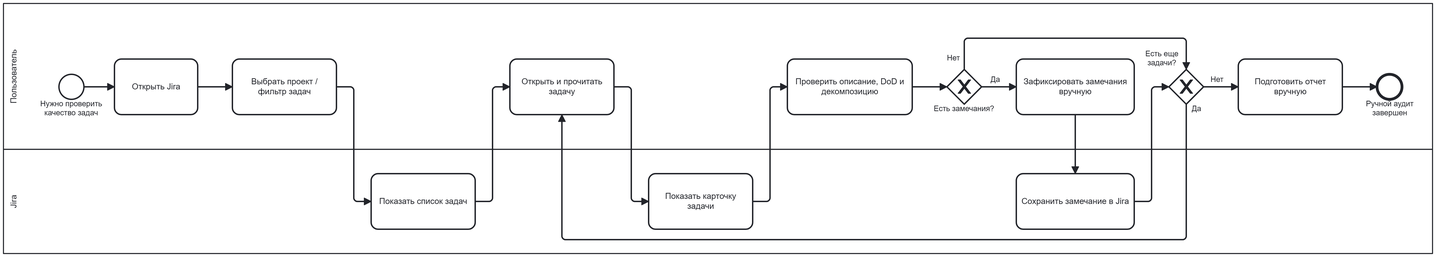
Earlier version of the BPMN export docs/resources/BPMN/AS_IS.png (vladuslavivanov/jira_analyzer). Its source is kept beside it as docs/resources/BPMN/AS_IS.bpmn. Ids are renumbered.
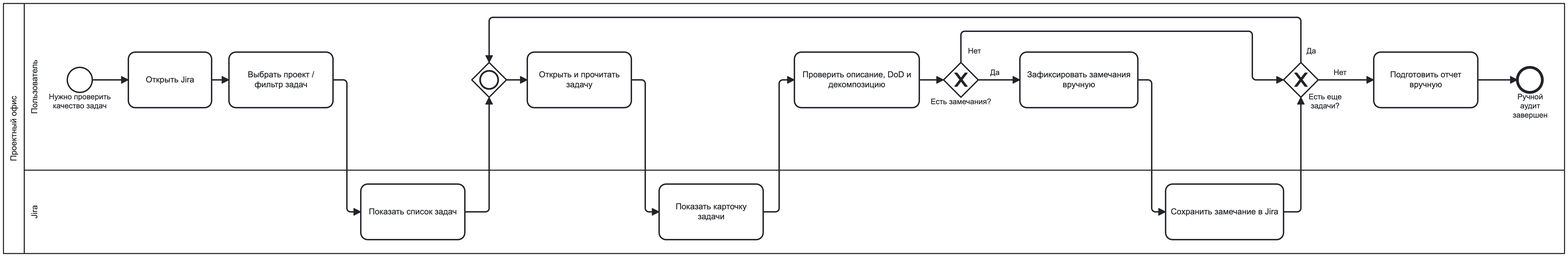
Later version of the same file.

Commit message:
Enhance AS-IS BPMN diagram

What changed in the source:
```diff
@@ -1,22 +1,26 @@
-<bpmn:definitions xmlns:bpmn="http://www.omg.org/spec/BPMN/20100524/MODEL" xmlns:bpmndi="http://www.omg.org/spec/BPMN/20100524/DI" xmlns:dc="http://www.omg.org/spec/DD/20100524/DC" xmlns:di="http://www.omg.org/spec/DD/20100524/DI" xmlns:modeler="http://camunda.org/schema/modeler/1.0" id="Definitions_AsIs_JiraAudit" targetNamespace="http://bpmn.io/schema/bpmn" exporter="Camunda Modeler" exporterVersion="5.47.0" modeler:executionPlatform="Camunda Cloud" modeler:executionPlatformVersion="8.9.0">
+<bpmn:definitions xmlns:bpmn="http://www.omg.org/spec/BPMN/20100524/MODEL" xmlns:bpmndi="http://www.omg.org/spec/BPMN/20100524/DI" xmlns:dc="http://www.omg.org/spec/DD/20100524/DC" xmlns:di="http://www.omg.org/spec/DD/20100524/DI" xmlns:modeler="http://camunda.org/schema/modeler/1.0" id="Definitions_AsIs_JiraAudit" targetNamespace="http://bpmn.io/schema/bpmn" exporter="Camunda Modeler" exporterVersion="5.48.0" modeler:executionPlatform="Camunda Cloud" modeler:executionPlatformVersion="8.9.0">
+  <bpmn:collaboration id="Collaboration_n1">
+    <bpmn:participant id="Participant_n2" name="Проектный офис" processRef="Process_AsIs_ManualJiraAudit" />
+  </bpmn:collaboration>
   <bpmn:process id="Process_AsIs_ManualJiraAudit" name="AS-IS: Ручной аудит задач в Jira" isExecutable="true">
     <bpmn:laneSet id="LaneSet_1">
-      <bpmn:lane id="Lane_Jira" name="Jira">
+      <bpmn:lane id="Lane_n3" name="Пользователь">
+        <bpmn:flowNodeRef>StartEvent_1</bpmn:flowNodeRef>
+        <bpmn:flowNodeRef>Task_OpenJira</bpmn:flowNodeRef>
+        <bpmn:flowNodeRef>Task_SetFilter</bpmn:flowNodeRef>
+        <bpmn:flowNodeRef>Gateway_n4</bpmn:flowNodeRef>
+        <bpmn:flowNodeRef>Task_ReadIssue</bpmn:flowNodeRef>
+        <bpmn:flowNodeRef>Gateway_MoreIssues</bpmn:flowNodeRef>
+        <bpmn:flowNodeRef>Task_PrepareReport</bpmn:flowNodeRef>
+        <bpmn:flowNodeRef>EndEvent_1</bpmn:flowNodeRef>
+        <bpmn:flowNodeRef>Task_CheckQuality</bpmn:flowNodeRef>
+        <bpmn:flowNodeRef>Gateway_HasProblems</bpmn:flowNodeRef>
+        <bpmn:flowNodeRef>Task_WriteComments</bpmn:flowNodeRef>
+      </bpmn:lane>
+      <bpmn:lane id="Lane_n5" name="Jira">
         <bpmn:flowNodeRef>Task_ShowIssueList</bpmn:flowNodeRef>
         <bpmn:flowNodeRef>Task_ShowIssueCard</bpmn:flowNodeRef>
         <bpmn:flowNodeRef>Task_SaveComment</bpmn:flowNodeRef>
-      </bpmn:lane>
-      <bpmn:lane id="Lane_User" name="Пользователь">
-        <bpmn:flowNodeRef>Task_OpenJira</bpmn:flowNodeRef>
-        <bpmn:flowNodeRef>Task_SetFilter</bpmn:flowNodeRef>
-        <bpmn:flowNodeRef>Task_ReadIssue</bpmn:flowNodeRef>
-        <bpmn:flowNodeRef>Task_CheckQuality</bpmn:flowNodeRef>
-        <bpmn:flowNodeRef>Task_PrepareReport</bpmn:flowNodeRef>
-        <bpmn:flowNodeRef>Task_WriteComments</bpmn:flowNodeRef>
-        <bpmn:flowNodeRef>StartEvent_1</bpmn:flowNodeRef>
-        <bpmn:flowNodeRef>Gateway_HasProblems</bpmn:flowNodeRef>
-        <bpmn:flowNodeRef>EndEvent_1</bpmn:flowNodeRef>
-        <bpmn:flowNodeRef>Gateway_MoreIssues</bpmn:flowNodeRef>
       </bpmn:lane>
     </bpmn:laneSet>
     <bpmn:startEvent id="StartEvent_1" name="Нужно проверить качество задач">
@@ -30,14 +34,31 @@
       <bpmn:incoming>Flow_2</bpmn:incoming>
       <bpmn:outgoing>Flow_3</bpmn:outgoing>
     </bpmn:task>
+    <bpmn:inclusiveGateway id="Gateway_n4">
+      <bpmn:incoming>Flow_4</bpmn:incoming>
+      <bpmn:incoming>Flow_11</bpmn:incoming>
+      <bpmn:outgoing>Flow_n6</bpmn:outgoing>
+    </bpmn:inclusiveGateway>
+    <bpmn:task id="Task_ReadIssue" name="Открыть и прочитать задачу">
+      <bpmn:incoming>Flow_n6</bpmn:incoming>
+      <bpmn:outgoing>Flow_5</bpmn:outgoing>
+    </bpmn:task>
+    <bpmn:exclusiveGateway id="Gateway_MoreIssues" name="Есть еще задачи?">
+      <bpmn:incoming>Flow_10</bpmn:incoming>
+      <bpmn:incoming>Flow_8_No</bpmn:incoming>
+      <bpmn:outgoing>Flow_12</bpmn:outgoing>
+      <bpmn:outgoing>Flow_11</bpmn:outgoing>
+    </bpmn:exclusiveGateway>
+    <bpmn:task id="Task_PrepareReport" name="Подготовить отчет вручную">
+      <bpmn:incoming>Flow_12</bpmn:incoming>
+      <bpmn:outgoing>Flow_13</bpmn:outgoing>
+    </bpmn:task>
+    <bpmn:endEvent id="EndEvent_1" name="Ручной аудит завершен">
+      <bpmn:incoming>Flow_13</bpmn:incoming>
+    </bpmn:endEvent>
     <bpmn:task id="Task_ShowIssueList" name="Показать список задач">
       <bpmn:incoming>Flow_3</bpmn:incoming>
       <bpmn:outgoing>Flow_4</bpmn:outgoing>
-    </bpmn:task>
-    <bpmn:task id="Task_ReadIssue" name="Открыть и прочитать задачу">
-      <bpmn:incoming>Flow_4</bpmn:incoming>
-      <bpmn:incoming>Flow_11</bpmn:incoming>
-      <bpmn:outgoing>Flow_5</bpmn:outgoing>
     </bpmn:task>
     <bpmn:task id="Task_ShowIssueCard" name="Показать карточку задачи">
       <bpmn:incoming>Flow_5</bpmn:incoming>
@@ -49,8 +70,8 @@
     </bpmn:task>
     <bpmn:exclusiveGateway id="Gateway_HasProblems" name="Есть замечания?">
       <bpmn:incoming>Flow_7</bpmn:incoming>
+      <bpmn:outgoing>Flow_8_No</bpmn:outgoing>
       <bpmn:outgoing>Flow_8_Yes</bpmn:outgoing>
-      <bpmn:outgoing>Flow_8_No</bpmn:outgoing>
     </bpmn:exclusiveGateway>
     <bpmn:task id="Task_WriteComments" name="Зафиксировать замечания вручную">
       <bpmn:incoming>Flow_8_Yes</bpmn:incoming>
@@ -60,174 +81,177 @@
       <bpmn:incoming>Flow_9</bpmn:incoming>
       <bpmn:outgoing>Flow_10</bpmn:outgoing>
     </bpmn:task>
-    <bpmn:exclusiveGateway id="Gateway_MoreIssues" name="Есть еще задачи?">
-      <bpmn:incoming>Flow_8_No</bpmn:incoming>
-      <bpmn:incoming>Flow_10</bpmn:incoming>
-      <bpmn:outgoing>Flow_11</bpmn:outgoing>
-      <bpmn:outgoing>Flow_12</bpmn:outgoing>
-    </bpmn:exclusiveGateway>
-    <bpmn:task id="Task_PrepareReport" name="Подготовить отчет вручную">
-      <bpmn:incoming>Flow_12</bpmn:incoming>
-      <bpmn:outgoing>Flow_13</bpmn:outgoing>
-    </bpmn:task>
-    <bpmn:endEvent id="EndEvent_1" name="Ручной аудит завершен">
-      <bpmn:incoming>Flow_13</bpmn:incoming>
-    </bpmn:endEvent>
     <bpmn:sequenceFlow id="Flow_1" sourceRef="StartEvent_1" targetRef="Task_OpenJira" />
     <bpmn:sequenceFlow id="Flow_2" sourceRef="Task_OpenJira" targetRef="Task_SetFilter" />
     <bpmn:sequenceFlow id="Flow_3" sourceRef="Task_SetFilter" targetRef="Task_ShowIssueList" />
-    <bpmn:sequenceFlow id="Flow_4" sourceRef="Task_ShowIssueList" targetRef="Task_ReadIssue" />
+    <bpmn:sequenceFlow id="Flow_4" sourceRef="Task_ShowIssueList" targetRef="Gateway_n4" />
+    <bpmn:sequenceFlow id="Flow_11" name="Да" sourceRef="Gateway_MoreIssues" targetRef="Gateway_n4" />
+    <bpmn:sequenceFlow id="Flow_n6" sourceRef="Gateway_n4" targetRef="Task_ReadIssue" />
     <bpmn:sequenceFlow id="Flow_5" sourceRef="Task_ReadIssue" targetRef="Task_ShowIssueCard" />
+    <bpmn:sequenceFlow id="Flow_10" sourceRef="Task_SaveComment" targetRef="Gateway_MoreIssues" />
+    <bpmn:sequenceFlow id="Flow_8_No" name="Нет" sourceRef="Gateway_HasProblems" targetRef="Gateway_MoreIssues" />
+    <bpmn:sequenceFlow id="Flow_12" name="Нет" sourceRef="Gateway_MoreIssues" targetRef="Task_PrepareReport" />
+    <bpmn:sequenceFlow id="Flow_13" sourceRef="Task_PrepareReport" targetRef="EndEvent_1" />
     <bpmn:sequenceFlow id="Flow_6" sourceRef="Task_ShowIssueCard" targetRef="Task_CheckQuality" />
     <bpmn:sequenceFlow id="Flow_7" sourceRef="Task_CheckQuality" targetRef="Gateway_HasProblems" />
     <bpmn:sequenceFlow id="Flow_8_Yes" name="Да" sourceRef="Gateway_HasProblems" targetRef="Task_WriteComments" />
-    <bpmn:sequenceFlow id="Flow_8_No" name="Нет" sourceRef="Gateway_HasProblems" targetRef="Gateway_MoreIssues" />
     <bpmn:sequenceFlow id="Flow_9" sourceRef="Task_WriteComments" targetRef="Task_SaveComment" />
-    <bpmn:sequenceFlow id="Flow_10" sourceRef="Task_SaveComment" targetRef="Gateway_MoreIssues" />
-    <bpmn:sequenceFlow id="Flow_11" name="Да" sourceRef="Gateway_MoreIssues" targetRef="Task_ReadIssue" />
-    <bpmn:sequenceFlow id="Flow_12" name="Нет" sourceRef="Gateway_MoreIssues" targetRef="Task_PrepareReport" />
-    <bpmn:sequenceFlow id="Flow_13" sourceRef="Task_PrepareReport" targetRef="EndEvent_1" />
   </bpmn:process>
   <bpmndi:BPMNDiagram id="BPMNDiagram_1">
-    <bpmndi:BPMNPlane id="BPMNPlane_1" bpmnElement="Process_AsIs_ManualJiraAudit">
-      <bpmndi:BPMNShape id="Lane_Jira_di" bpmnElement="Lane_Jira" isHorizontal="true">
-        <dc:Bounds x="130" y="290" width="2060" height="150" />
+    <bpmndi:BPMNPlane id="BPMNPlane_1" bpmnElement="Collaboration_n1">
+      <bpmndi:BPMNShape id="Participant_n2_di" bpmnElement="Participant_n2" isHorizontal="true">
+        <dc:Bounds x="160" y="80" width="2250" height="360" />
+        <bpmndi:BPMNLabel />
       </bpmndi:BPMNShape>
-      <bpmndi:BPMNShape id="Lane_User_di" bpmnElement="Lane_User" isHorizontal="true">
-        <dc:Bounds x="130" y="80" width="2060" height="210" />
+      <bpmndi:BPMNShape id="Lane_n3_di" bpmnElement="Lane_n3" isHorizontal="true">
+        <dc:Bounds x="190" y="80" width="2220" height="240" />
+        <bpmndi:BPMNLabel />
+      </bpmndi:BPMNShape>
+      <bpmndi:BPMNShape id="Lane_n5_di" bpmnElement="Lane_n5" isHorizontal="true">
+        <dc:Bounds x="190" y="320" width="2220" height="120" />
+        <bpmndi:BPMNLabel />
       </bpmndi:BPMNShape>
       <bpmndi:BPMNShape id="StartEvent_1_di" bpmnElement="StartEvent_1">
-        <dc:Bounds x="210" y="182" width="36" height="36" />
+        <dc:Bounds x="252" y="172" width="36" height="36" />
         <bpmndi:BPMNLabel>
-          <dc:Bounds x="183" y="218" width="90" height="27" />
+          <dc:Bounds x="225" y="208" width="90" height="27" />
         </bpmndi:BPMNLabel>
       </bpmndi:BPMNShape>
       <bpmndi:BPMNShape id="Task_OpenJira_di" bpmnElement="Task_OpenJira">
-        <dc:Bounds x="290" y="160" width="120" height="80" />
+        <dc:Bounds x="340" y="150" width="120" height="80" />
       </bpmndi:BPMNShape>
       <bpmndi:BPMNShape id="Task_SetFilter_di" bpmnElement="Task_SetFilter">
-        <dc:Bounds x="460" y="160" width="150" height="80" />
+        <dc:Bounds x="485" y="150" width="150" height="80" />
       </bpmndi:BPMNShape>
-      <bpmndi:BPMNShape id="Task_ShowIssueList_di" bpmnElement="Task_ShowIssueList">
-        <dc:Bounds x="660" y="325" width="150" height="80" />
+      <bpmndi:BPMNShape id="Gateway_1n3pvmi_di" bpmnElement="Gateway_n4">
+        <dc:Bounds x="835" y="165" width="50" height="50" />
       </bpmndi:BPMNShape>
       <bpmndi:BPMNShape id="Task_ReadIssue_di" bpmnElement="Task_ReadIssue">
-        <dc:Bounds x="860" y="160" width="150" height="80" />
-      </bpmndi:BPMNShape>
-      <bpmndi:BPMNShape id="Task_ShowIssueCard_di" bpmnElement="Task_ShowIssueCard">
-        <dc:Bounds x="1060" y="325" width="150" height="80" />
-      </bpmndi:BPMNShape>
-      <bpmndi:BPMNShape id="Task_CheckQuality_di" bpmnElement="Task_CheckQuality">
-        <dc:Bounds x="1260" y="160" width="180" height="80" />
-      </bpmndi:BPMNShape>
-      <bpmndi:BPMNShape id="Gateway_HasProblems_di" bpmnElement="Gateway_HasProblems" isMarkerVisible="true">
-        <dc:Bounds x="1490" y="175" width="50" height="50" />
-        <bpmndi:BPMNLabel>
-          <dc:Bounds x="1471" y="225" width="88" height="14" />
-        </bpmndi:BPMNLabel>
-      </bpmndi:BPMNShape>
-      <bpmndi:BPMNShape id="Task_SaveComment_di" bpmnElement="Task_SaveComment">
-        <dc:Bounds x="1590" y="325" width="170" height="80" />
+        <dc:Bounds x="915" y="150" width="150" height="80" />
       </bpmndi:BPMNShape>
       <bpmndi:BPMNShape id="Gateway_MoreIssues_di" bpmnElement="Gateway_MoreIssues" isMarkerVisible="true">
-        <dc:Bounds x="1810" y="175" width="50" height="50" />
+        <dc:Bounds x="2005" y="165" width="50" height="50" />
         <bpmndi:BPMNLabel>
-          <dc:Bounds x="1776" y="145.5" width="48" height="27" />
+          <dc:Bounds x="2041" y="208" width="48" height="27" />
         </bpmndi:BPMNLabel>
       </bpmndi:BPMNShape>
       <bpmndi:BPMNShape id="Task_PrepareReport_di" bpmnElement="Task_PrepareReport">
-        <dc:Bounds x="1910" y="160" width="150" height="80" />
+        <dc:Bounds x="2135" y="150" width="150" height="80" />
       </bpmndi:BPMNShape>
       <bpmndi:BPMNShape id="EndEvent_1_di" bpmnElement="EndEvent_1">
-        <dc:Bounds x="2110" y="182" width="36" height="36" />
+        <dc:Bounds x="2342" y="172" width="36" height="36" />
         <bpmndi:BPMNLabel>
-          <dc:Bounds x="2094" y="218" width="69" height="27" />
+          <dc:Bounds x="2326" y="208" width="69" height="40" />
+        </bpmndi:BPMNLabel>
+      </bpmndi:BPMNShape>
+      <bpmndi:BPMNShape id="Task_ShowIssueList_di" bpmnElement="Task_ShowIssueList">
+        <dc:Bounds x="675" y="340" width="150" height="80" />
+      </bpmndi:BPMNShape>
+      <bpmndi:BPMNShape id="Task_ShowIssueCard_di" bpmnElement="Task_ShowIssueCard">
+        <dc:Bounds x="1105" y="340" width="150" height="80" />
+      </bpmndi:BPMNShape>
+      <bpmndi:BPMNShape id="Task_CheckQuality_di" bpmnElement="Task_CheckQuality">
+        <dc:Bounds x="1300" y="150" width="180" height="80" />
+      </bpmndi:BPMNShape>
+      <bpmndi:BPMNShape id="Gateway_HasProblems_di" bpmnElement="Gateway_HasProblems" isMarkerVisible="true">
+        <dc:Bounds x="1515" y="165" width="50" height="50" />
+        <bpmndi:BPMNLabel>
+          <dc:Bounds x="1496" y="215" width="88" height="14" />
         </bpmndi:BPMNLabel>
       </bpmndi:BPMNShape>
       <bpmndi:BPMNShape id="Task_WriteComments_di" bpmnElement="Task_WriteComments">
-        <dc:Bounds x="1590" y="160" width="170" height="80" />
+        <dc:Bounds x="1625" y="150" width="170" height="80" />
+        <bpmndi:BPMNLabel />
+      </bpmndi:BPMNShape>
+      <bpmndi:BPMNShape id="Task_SaveComment_di" bpmnElement="Task_SaveComment">
+        <dc:Bounds x="1835" y="340" width="170" height="80" />
       </bpmndi:BPMNShape>
       <bpmndi:BPMNEdge id="Flow_1_di" bpmnElement="Flow_1">
-        <di:waypoint x="246" y="200" />
-        <di:waypoint x="290" y="200" />
+        <di:waypoint x="288" y="190" />
+        <di:waypoint x="340" y="190" />
       </bpmndi:BPMNEdge>
       <bpmndi:BPMNEdge id="Flow_2_di" bpmnElement="Flow_2">
-        <di:waypoint x="410" y="200" />
-        <di:waypoint x="460" y="200" />
+        <di:waypoint x="460" y="190" />
+        <di:waypoint x="485" y="190" />
       </bpmndi:BPMNEdge>
       <bpmndi:BPMNEdge id="Flow_3_di" bpmnElement="Flow_3">
-        <di:waypoint x="610" y="200" />
-        <di:waypoint x="635" y="200" />
-        <di:waypoint x="635" y="365" />
-        <di:waypoint x="660" y="365" />
+        <di:waypoint x="635" y="190" />
+        <di:waypoint x="655" y="190" />
+        <di:waypoint x="655" y="380" />
+        <di:waypoint x="675" y="380" />
       </bpmndi:BPMNEdge>
       <bpmndi:BPMNEdge id="Flow_4_di" bpmnElement="Flow_4">
-        <di:waypoint x="810" y="365" />
-        <di:waypoint x="835" y="365" />
-        <di:waypoint x="835" y="200" />
-        <di:waypoint x="860" y="200" />
+        <di:waypoint x="825" y="380" />
+        <di:waypoint x="860" y="380" />
+        <di:waypoint x="860" y="215" />
       </bpmndi:BPMNEdge>
       <bpmndi:BPMNEdge id="Flow_11_di" bpmnElement="Flow_11">
-        <di:waypoint x="1835" y="225" />
-        <di:waypoint x="1835" y="420" />
-        <di:waypoint x="935" y="420" />
-        <di:waypoint x="935" y="240" />
+        <di:waypoint x="2030" y="165" />
+        <di:waypoint x="2030" y="100" />
+        <di:waypoint x="860" y="100" />
+        <di:waypoint x="860" y="165" />
         <bpmndi:BPMNLabel>
-          <dc:Bounds x="1843" y="225" width="14" height="14" />
+          <dc:Bounds x="2038" y="142" width="14" height="14" />
         </bpmndi:BPMNLabel>
       </bpmndi:BPMNEdge>
       <bpmndi:BPMNEdge id="Flow_5_di" bpmnElement="Flow_5">
-        <di:waypoint x="1010" y="200" />
-        <di:waypoint x="1035" y="200" />
-        <di:waypoint x="1035" y="365" />
-        <di:waypoint x="1060" y="365" />
+        <di:waypoint x="1065" y="190" />
+        <di:waypoint x="1085" y="190" />
+        <di:waypoint x="1085" y="380" />
+        <di:waypoint x="1105" y="380" />
       </bpmndi:BPMNEdge>
       <bpmndi:BPMNEdge id="Flow_6_di" bpmnElement="Flow_6">
-        <di:waypoint x="1210" y="365" />
-        <di:waypoint x="1235" y="365" />
-        <di:waypoint x="1235" y="200" />
-        <di:waypoint x="1260" y="200" />
+        <di:waypoint x="1255" y="380" />
+        <di:waypoint x="1278" y="380" />
+        <di:waypoint x="1278" y="190" />
+        <di:waypoint x="1300" y="190" />
       </bpmndi:BPMNEdge>
       <bpmndi:BPMNEdge id="Flow_7_di" bpmnElement="Flow_7">
-        <di:waypoint x="1440" y="200" />
-        <di:waypoint x="1490" y="200" />
+        <di:waypoint x="1480" y="190" />
+        <di:waypoint x="1515" y="190" />
       </bpmndi:BPMNEdge>
       <bpmndi:BPMNEdge id="Flow_8_Yes_di" bpmnElement="Flow_8_Yes">
-        <di:waypoint x="1540" y="200" />
-        <di:waypoint x="1590" y="200" />
+        <di:waypoint x="1565" y="190" />
+        <di:waypoint x="1625" y="190" />
         <bpmndi:BPMNLabel>
-          <dc:Bounds x="1553" y="183" width="14" height="14" />
+          <dc:Bounds x="1582" y="173" width="14" height="14" />
         </bpmndi:BPMNLabel>
       </bpmndi:BPMNEdge>
       <bpmndi:BPMNEdge id="Flow_8_No_di" bpmnElement="Flow_8_No">
-        <di:waypoint x="1515" y="175" />
-        <di:waypoint x="1515" y="130" />
-        <di:waypoint x="1835" y="130" />
-        <di:waypoint x="1835" y="175" />
+        <di:waypoint x="1540" y="165" />
+        <di:waypoint x="1540" y="120" />
+        <di:waypoint x="1960" y="120" />
+        <di:waypoint x="1960" y="190" />
+        <di:waypoint x="2005" y="190" />
         <bpmndi:BPMNLabel>
-          <dc:Bounds x="1490" y="152" width="19" height="14" />
+          <dc:Bounds x="1550" y="142" width="19" height="14" />
         </bpmndi:BPMNLabel>
       </bpmndi:BPMNEdge>
       <bpmndi:BPMNEdge id="Flow_9_di" bpmnElement="Flow_9">
-        <di:waypoint x="1675" y="240" />
-        <di:waypoint x="1675" y="325" />
+        <di:waypoint x="1795" y="190" />
+        <di:waypoint x="1815" y="190" />
+        <di:waypoint x="1815" y="380" />
+        <di:waypoint x="1835" y="380" />
       </bpmndi:BPMNEdge>
       <bpmndi:BPMNEdge id="Flow_10_di" bpmnElement="Flow_10">
-        <di:waypoint x="1760" y="365" />
-        <di:waypoint x="1785" y="365" />
-        <di:waypoint x="1785" y="200" />
-        <di:waypoint x="1810" y="200" />
+        <di:waypoint x="2005" y="380" />
+        <di:waypoint x="2030" y="380" />
+        <di:waypoint x="2030" y="215" />
       </bpmndi:BPMNEdge>
       <bpmndi:BPMNEdge id="Flow_12_di" bpmnElement="Flow_12">
-        <di:waypoint x="1860" y="200" />
-        <di:waypoint x="1910" y="200" />
+        <di:waypoint x="2055" y="190" />
+        <di:waypoint x="2135" y="190" />
         <bpmndi:BPMNLabel>
-          <dc:Bounds x="1870" y="183" width="19" height="14" />
+          <dc:Bounds x="2077" y="173" width="19" height="14" />
         </bpmndi:BPMNLabel>
       </bpmndi:BPMNEdge>
       <bpmndi:BPMNEdge id="Flow_13_di" bpmnElement="Flow_13">
-        <di:waypoint x="2060" y="200" />
-        <di:waypoint x="2110" y="200" />
+        <di:waypoint x="2285" y="190" />
+        <di:waypoint x="2342" y="190" />
+      </bpmndi:BPMNEdge>
+      <bpmndi:BPMNEdge id="Flow_n6_di" bpmnElement="Flow_n6">
+        <di:waypoint x="885" y="190" />
+        <di:waypoint x="915" y="190" />
       </bpmndi:BPMNEdge>
     </bpmndi:BPMNPlane>
   </bpmndi:BPMNDiagram>
```
